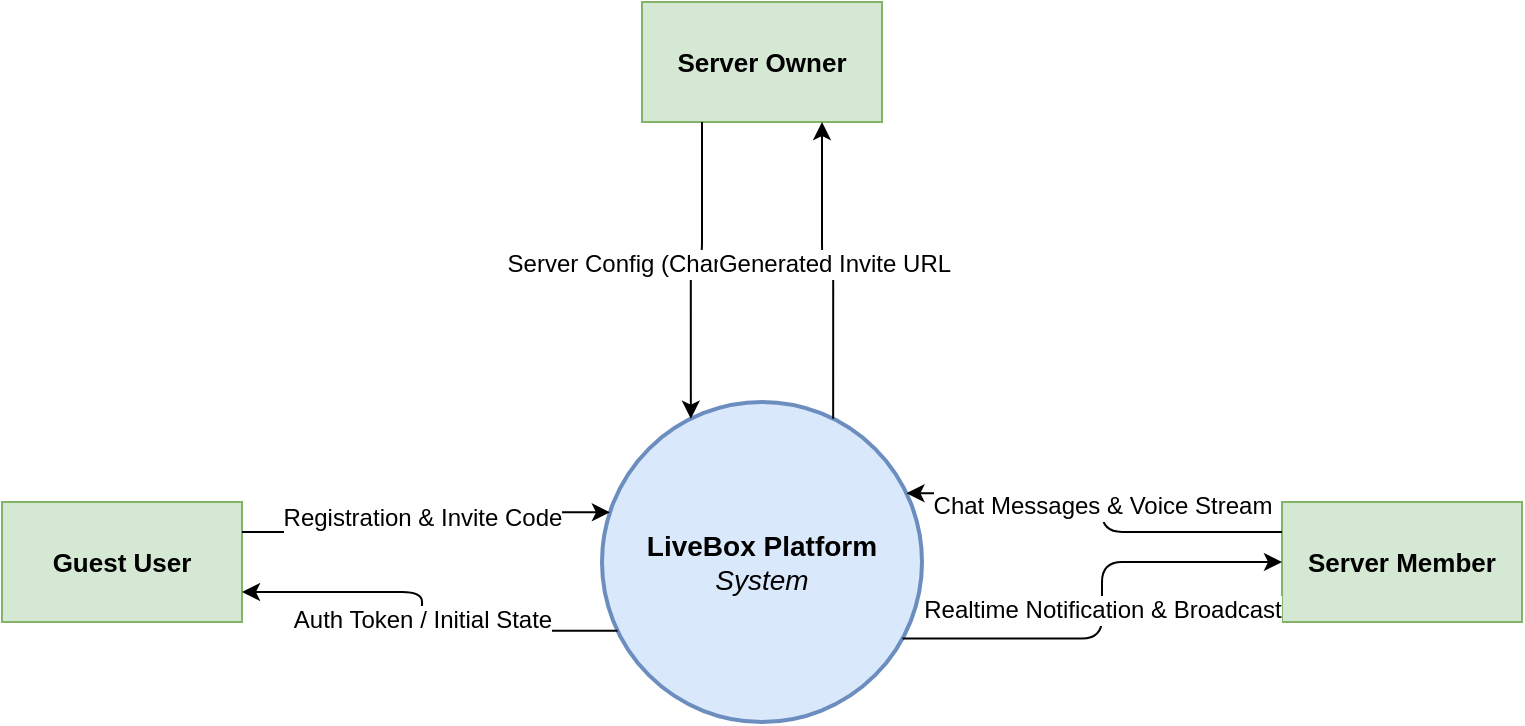
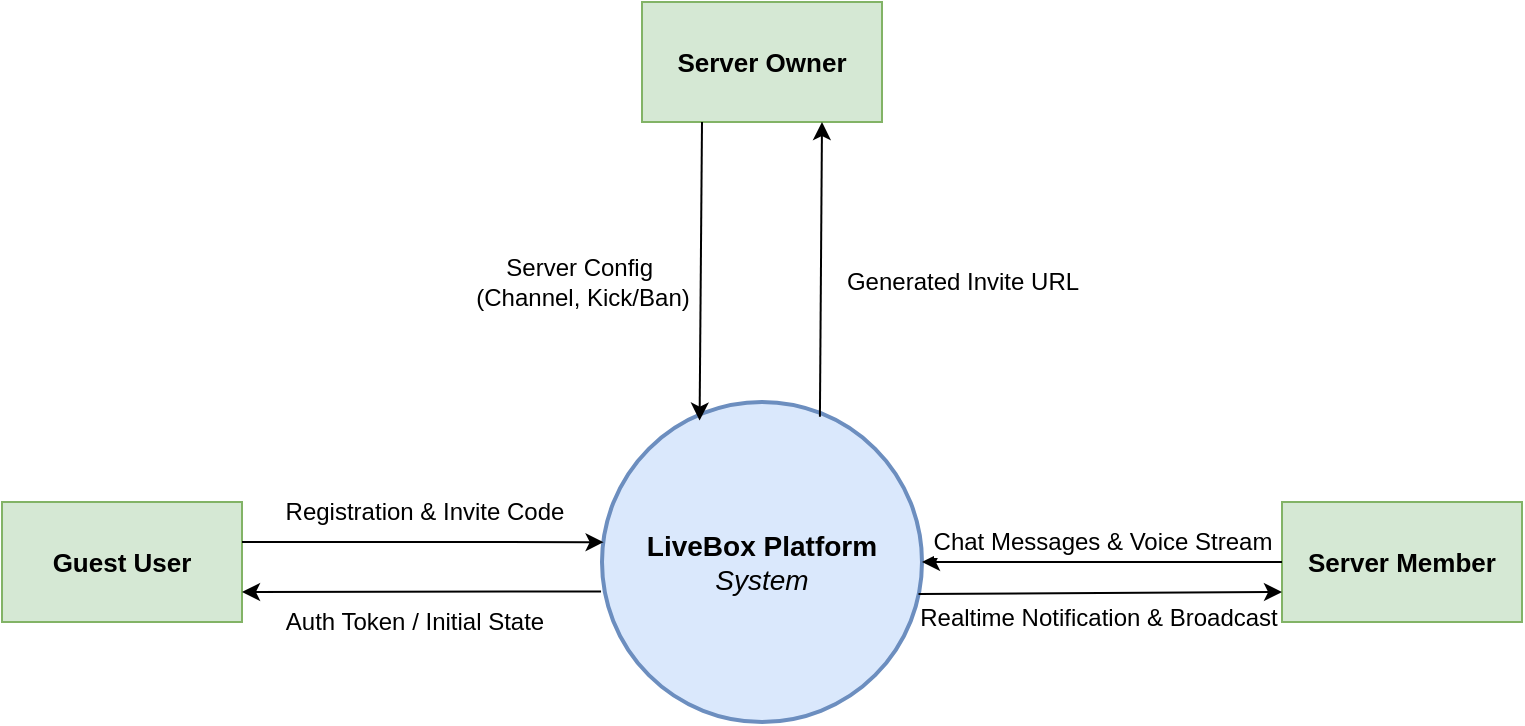
- <mxfile host="app.diagrams.net" agent="5.0">
+ <mxfile host="Electron" agent="Mozilla/5.0 (Windows NT 10.0; Win64; x64) AppleWebKit/537.36 (KHTML, like Gecko) draw.io/29.6.6 Chrome/144.0.7559.236 Electron/40.8.4 Safari/537.36" version="29.6.6">
  <diagram id="LiveBox-Context-Diagram" name="LiveBox Context Diagram">
-     <mxGraphModel dx="1054" dy="600" grid="1" gridSize="10" guides="1" tooltips="1" connect="1" arrows="1" fold="1" page="1" pageScale="1" pageWidth="1169" pageHeight="827" math="0" shadow="0">
+     <mxGraphModel dx="2316" dy="1604" grid="1" gridSize="10" guides="1" tooltips="1" connect="1" arrows="1" fold="1" page="1" pageScale="1" pageWidth="1169" pageHeight="827" math="0" shadow="0">
      <root>
        <mxCell id="0" />
        <mxCell id="1" parent="0" />
        <mxCell id="sys_livebox" parent="1" style="ellipse;whiteSpace=wrap;html=1;aspect=fixed;fillColor=#dae8fc;strokeColor=#6c8ebf;strokeWidth=2;fontSize=14;" value="&lt;b&gt;LiveBox Platform&lt;/b&gt;&lt;br&gt;&lt;i&gt;System&lt;/i&gt;" vertex="1">
          <mxGeometry height="160" width="160" x="450" y="300" as="geometry" />
        </mxCell>
        <mxCell id="act_guest" parent="1" style="rounded=0;whiteSpace=wrap;html=1;fillColor=#d5e8d4;strokeColor=#82b366;fontStyle=0;fontSize=13;" value="&lt;b&gt;Guest User&lt;/b&gt;" vertex="1">
          <mxGeometry height="60" width="120" x="150" y="350" as="geometry" />
        </mxCell>
        <mxCell id="act_member" parent="1" style="rounded=0;whiteSpace=wrap;html=1;fillColor=#d5e8d4;strokeColor=#82b366;fontStyle=0;fontSize=13;" value="&lt;b&gt;Server Member&lt;/b&gt;" vertex="1">
          <mxGeometry height="60" width="120" x="790" y="350" as="geometry" />
        </mxCell>
        <mxCell id="act_owner" parent="1" style="rounded=0;whiteSpace=wrap;html=1;fillColor=#d5e8d4;strokeColor=#82b366;fontStyle=0;fontSize=13;" value="&lt;b&gt;Server Owner&lt;/b&gt;" vertex="1">
          <mxGeometry height="60" width="120" x="470" y="100" as="geometry" />
        </mxCell>
-         <mxCell id="f_guest_in" edge="1" parent="1" source="act_guest" style="endArrow=classic;html=1;exitX=1;exitY=0.25;entryX=0.04;entryY=0.35;fontSize=12;labelBackgroundColor=#ffffff;edgeStyle=orthogonalEdgeStyle;" target="sys_livebox" value="Registration &amp;amp; Invite Code">
-           <mxGeometry height="50" relative="1" width="50" as="geometry" />
+         <mxCell id="f_guest_in" edge="1" parent="1" style="endArrow=classic;html=1;entryX=0.005;entryY=0.438;fontSize=12;labelBackgroundColor=#ffffff;entryDx=0;entryDy=0;entryPerimeter=0;" target="sys_livebox" value="Registration &amp;amp; Invite Code">
+           <mxGeometry height="50" relative="1" width="50" x="-0.0006" y="15" as="geometry">
+             <mxPoint as="offset" />
+             <mxPoint x="270" y="370" as="sourcePoint" />
+           </mxGeometry>
        </mxCell>
-         <mxCell id="f_sys_guest" edge="1" parent="1" source="sys_livebox" style="endArrow=classic;html=1;exitX=0.04;exitY=0.72;entryX=1;entryY=0.75;fontSize=12;labelBackgroundColor=#ffffff;edgeStyle=orthogonalEdgeStyle;" target="act_guest" value="Auth Token / Initial State">
-           <mxGeometry height="50" relative="1" width="50" as="geometry" />
+         <mxCell id="f_sys_guest" edge="1" parent="1" source="sys_livebox" style="endArrow=classic;html=1;exitX=-0.003;exitY=0.592;entryX=1;entryY=0.75;fontSize=12;labelBackgroundColor=#ffffff;exitDx=0;exitDy=0;exitPerimeter=0;" target="act_guest" value="Auth Token / Initial State">
+           <mxGeometry height="50" relative="1" width="50" x="0.0393" y="15" as="geometry">
+             <mxPoint as="offset" />
+           </mxGeometry>
        </mxCell>
-         <mxCell id="f_owner_in" edge="1" parent="1" source="act_owner" style="endArrow=classic;html=1;exitX=0.25;exitY=1;entryX=0.27;entryY=0.04;fontSize=12;labelBackgroundColor=#ffffff;edgeStyle=orthogonalEdgeStyle;" target="sys_livebox" value="Server Config (Channel, Kick/Ban)">
-           <mxGeometry height="50" relative="1" width="50" as="geometry" />
+         <mxCell id="f_owner_in" edge="1" parent="1" source="act_owner" style="endArrow=classic;html=1;exitX=0.25;exitY=1;entryX=0.305;entryY=0.058;fontSize=12;labelBackgroundColor=#ffffff;entryDx=0;entryDy=0;entryPerimeter=0;" target="sys_livebox" value="Server Config&amp;nbsp;&lt;div&gt;(Channel, Kick/Ban)&lt;/div&gt;">
+           <mxGeometry height="50" relative="1" width="50" x="0.0782" y="-59" as="geometry">
+             <mxPoint as="offset" />
+           </mxGeometry>
        </mxCell>
-         <mxCell id="f_sys_owner" edge="1" parent="1" source="sys_livebox" style="endArrow=classic;html=1;exitX=0.73;exitY=0.04;entryX=0.75;entryY=1;fontSize=12;labelBackgroundColor=#ffffff;edgeStyle=orthogonalEdgeStyle;" target="act_owner" value="Generated Invite URL">
-           <mxGeometry height="50" relative="1" width="50" as="geometry" />
+         <mxCell id="f_sys_owner" edge="1" parent="1" source="sys_livebox" style="endArrow=classic;html=1;exitX=0.681;exitY=0.046;entryX=0.75;entryY=1;fontSize=12;labelBackgroundColor=#ffffff;exitDx=0;exitDy=0;exitPerimeter=0;" target="act_owner" value="Generated Invite URL">
+           <mxGeometry height="50" relative="1" width="50" x="-0.079" y="-71" as="geometry">
+             <mxPoint as="offset" />
+           </mxGeometry>
        </mxCell>
-         <mxCell id="f_member_in" edge="1" parent="1" source="act_member" style="endArrow=classic;html=1;exitX=0;exitY=0.25;entryX=0.96;entryY=0.28;fontSize=12;labelBackgroundColor=#ffffff;edgeStyle=orthogonalEdgeStyle;" target="sys_livebox" value="Chat Messages &amp;amp; Voice Stream">
-           <mxGeometry height="50" relative="1" width="50" as="geometry" />
+         <mxCell id="f_member_in" edge="1" parent="1" source="act_member" style="endArrow=classic;html=1;exitX=0;exitY=0.5;entryX=1;entryY=0.5;fontSize=12;labelBackgroundColor=#ffffff;entryDx=0;entryDy=0;exitDx=0;exitDy=0;" target="sys_livebox" value="Chat Messages &amp;amp; Voice Stream">
+           <mxGeometry height="50" relative="1" width="50" y="-10" as="geometry">
+             <mxPoint as="offset" />
+           </mxGeometry>
        </mxCell>
-         <mxCell id="f_sys_member" edge="1" parent="1" source="sys_livebox" style="endArrow=classic;html=1;exitX=0.96;exitY=0.72;entryX=0;exitY=0.75;fontSize=12;labelBackgroundColor=#ffffff;edgeStyle=orthogonalEdgeStyle;" target="act_member" value="Realtime Notification &amp;amp; Broadcast">
-           <mxGeometry height="50" relative="1" width="50" as="geometry" />
+         <mxCell id="f_sys_member" edge="1" parent="1" source="sys_livebox" style="endArrow=classic;html=1;entryX=0;exitY=0.6;fontSize=12;labelBackgroundColor=#ffffff;entryY=0.75;entryDx=0;entryDy=0;exitX=0.989;exitDx=0;exitDy=0;exitPerimeter=0;" target="act_member" value="Realtime Notification &amp;amp; Broadcast">
+           <mxGeometry height="50" relative="1" width="50" x="-0.0162" y="-12" as="geometry">
+             <mxPoint as="offset" />
+           </mxGeometry>
        </mxCell>
      </root>
    </mxGraphModel>
  </diagram>
</mxfile>
